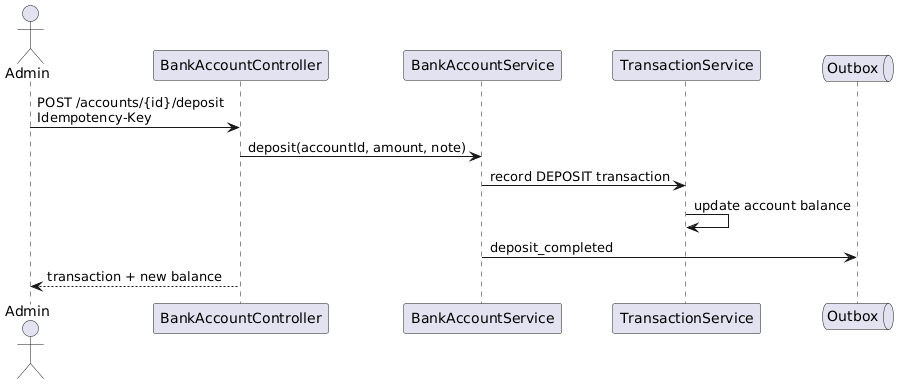
Earlier version of the PlantUML export docs/detailed-designs/diagrams/rendered/seq_deposit.png (QuinntyneBrown/LendQ).
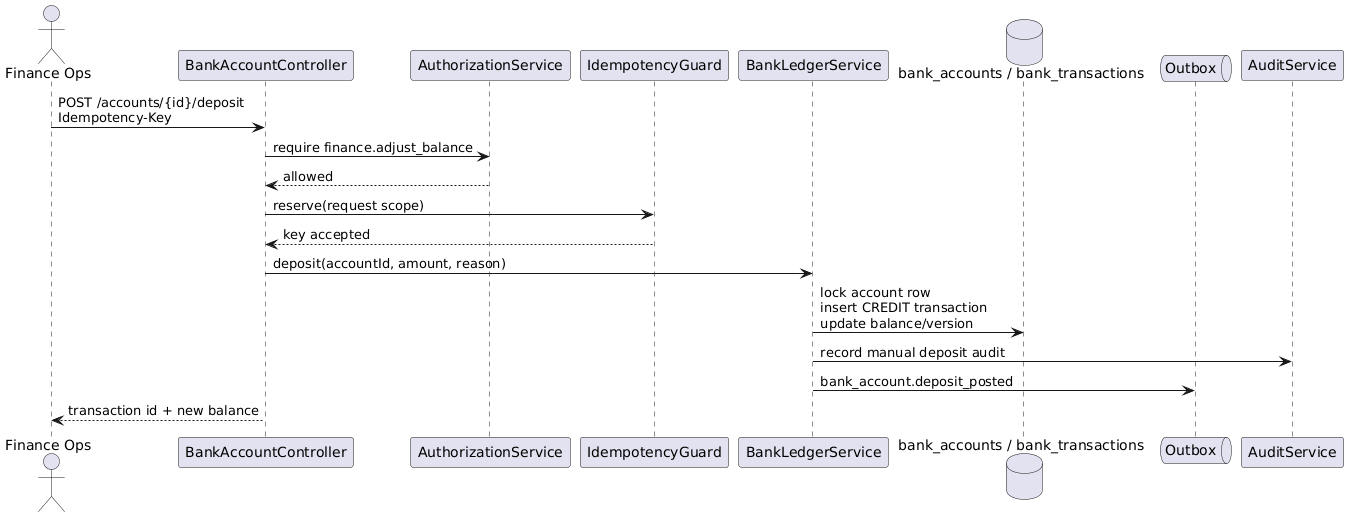
After the commit.

Diff of the diagram source:
```diff
@@ -1,14 +1,21 @@
 @startuml
-actor Admin
+actor "Finance Ops" as finance
 participant BankAccountController
-participant BankAccountService
-participant TransactionService
+participant AuthorizationService
+participant IdempotencyGuard
+participant BankLedgerService
+database "bank_accounts / bank_transactions" as db
 queue Outbox
+participant AuditService
 
-Admin -> BankAccountController : POST /accounts/{id}/deposit\nIdempotency-Key
-BankAccountController -> BankAccountService : deposit(accountId, amount, note)
-BankAccountService -> TransactionService : record DEPOSIT transaction
-TransactionService -> TransactionService : update account balance
-BankAccountService -> Outbox : deposit_completed
-BankAccountController --> Admin : transaction + new balance
+finance -> BankAccountController : POST /accounts/{id}/deposit\nIdempotency-Key
+BankAccountController -> AuthorizationService : require finance.adjust_balance
+AuthorizationService --> BankAccountController : allowed
+BankAccountController -> IdempotencyGuard : reserve(request scope)
+IdempotencyGuard --> BankAccountController : key accepted
+BankAccountController -> BankLedgerService : deposit(accountId, amount, reason)
+BankLedgerService -> db : lock account row\ninsert CREDIT transaction\nupdate balance/version
+BankLedgerService -> AuditService : record manual deposit audit
+BankLedgerService -> Outbox : bank_account.deposit_posted
+BankAccountController --> finance : transaction id + new balance
 @enduml
```
